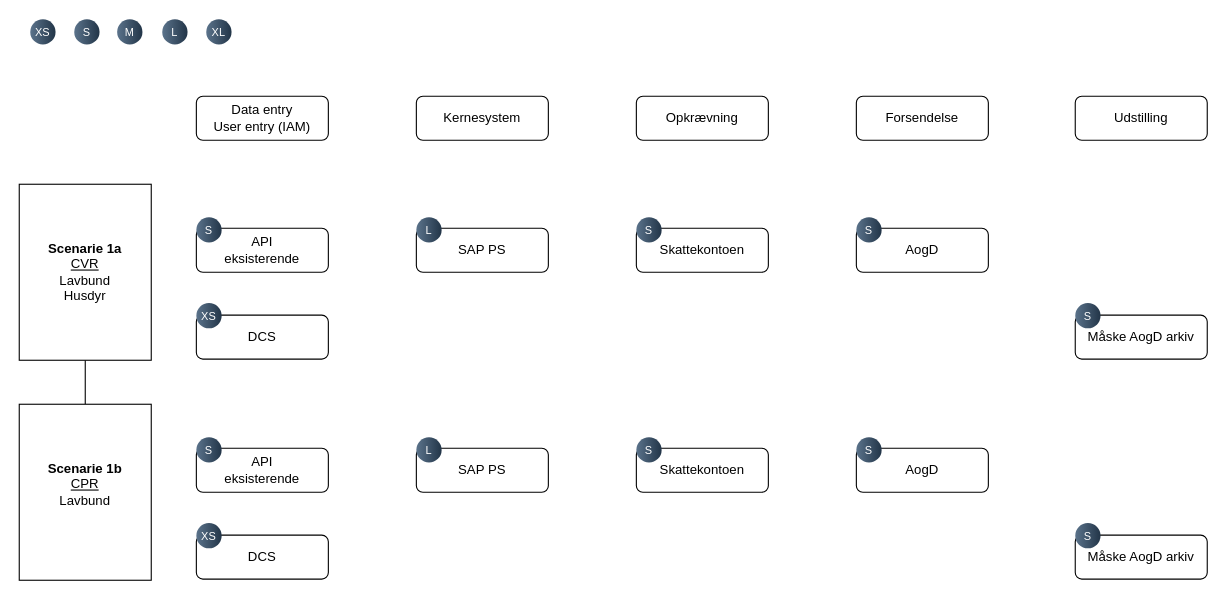
Before: page "Page-1" (1 of 2) of Flow UFST.drawio in Zaladk/drawio, a draw.io diagram. Source tidied: cells renumbered, new cells numbered last; positions are measured from the earlier drawing's top-left corner, leaving out a move shared by most shapes. Both pictures are drawn from the tidied source at 110%, with x=0, y=0 at pixel (19, 19).
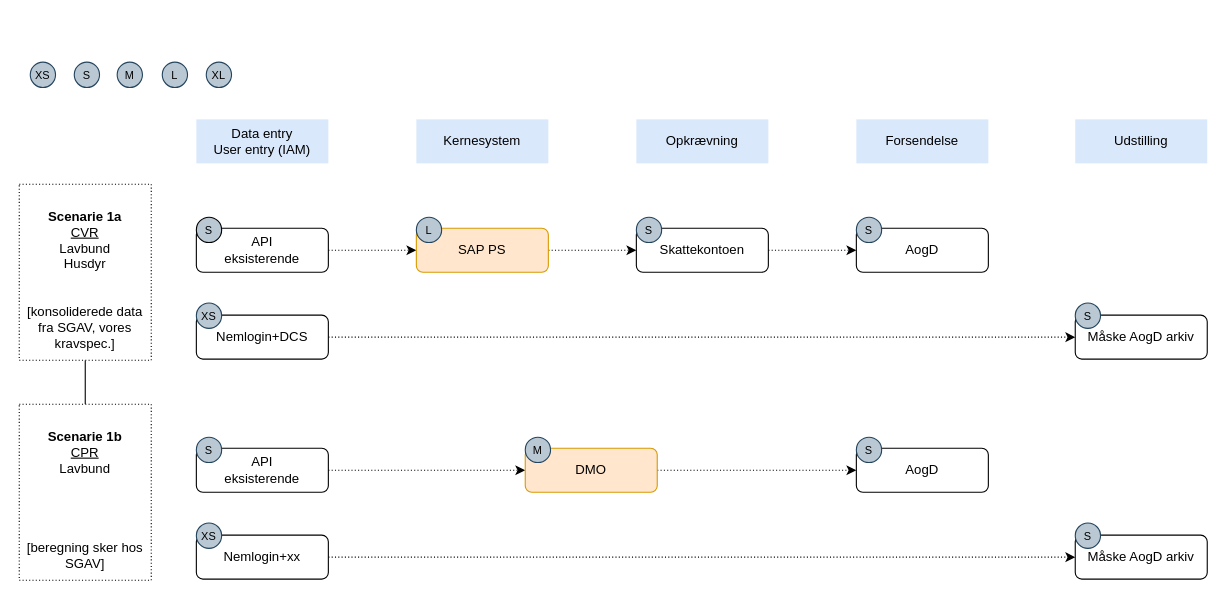
After the change.

The change refers to these unchanged cells:
```xml
<mxCell id="8" value="API&lt;div&gt;eksisterende&lt;/div&gt;" style="rounded=1;whiteSpace=wrap;html=1;" parent="1" vertex="1">
  <mxGeometry x="161" y="190" width="120" height="40" as="geometry" />
</mxCell>
<mxCell id="11" value="Skattekontoen" style="rounded=1;whiteSpace=wrap;html=1;" parent="1" vertex="1">
  <mxGeometry x="561" y="190" width="120" height="40" as="geometry" />
</mxCell>
<mxCell id="12" value="AogD" style="rounded=1;whiteSpace=wrap;html=1;" parent="1" vertex="1">
  <mxGeometry x="761" y="190" width="120" height="40" as="geometry" />
</mxCell>
<mxCell id="14" value="Måske AogD arkiv" style="rounded=1;whiteSpace=wrap;html=1;" parent="1" vertex="1">
  <mxGeometry x="960" y="269" width="120" height="40" as="geometry" />
</mxCell>
<mxCell id="27" value="API&lt;div&gt;eksisterende&lt;/div&gt;" style="rounded=1;whiteSpace=wrap;html=1;" parent="1" vertex="1">
  <mxGeometry x="161" y="390" width="120" height="40" as="geometry" />
</mxCell>
<mxCell id="30" value="AogD" style="rounded=1;whiteSpace=wrap;html=1;" parent="1" vertex="1">
  <mxGeometry x="761" y="390" width="120" height="40" as="geometry" />
</mxCell>
<mxCell id="32" value="Måske AogD arkiv" style="rounded=1;whiteSpace=wrap;html=1;" parent="1" vertex="1">
  <mxGeometry x="960" y="469" width="120" height="40" as="geometry" />
</mxCell>
```

The edit, as a diff of the source:
```diff
@@
-    <mxCell id="2" value="Data entry&lt;div&gt;User entry (IAM)&lt;/div&gt;" style="rounded=1;whiteSpace=wrap;html=1;" parent="1" vertex="1">
-      <mxGeometry x="161" y="70" width="120" height="40" as="geometry" />
+    <mxCell id="2" value="Data entry&lt;div&gt;User entry (IAM)&lt;/div&gt;" style="rounded=0;whiteSpace=wrap;html=1;fillColor=#dae8fc;strokeColor=none;shadow=0;glass=0;" parent="1" vertex="1">
+      <mxGeometry x="161" y="91" width="120" height="40" as="geometry" />
     </mxCell>
-    <mxCell id="3" value="Kernesystem" style="rounded=1;whiteSpace=wrap;html=1;" parent="1" vertex="1">
-      <mxGeometry x="361" y="70" width="120" height="40" as="geometry" />
+    <mxCell id="3" value="Kernesystem" style="rounded=0;whiteSpace=wrap;html=1;fillColor=#dae8fc;strokeColor=none;shadow=0;glass=0;" parent="1" vertex="1">
+      <mxGeometry x="361" y="91" width="120" height="40" as="geometry" />
     </mxCell>
-    <mxCell id="4" value="Opkrævning" style="rounded=1;whiteSpace=wrap;html=1;" parent="1" vertex="1">
-      <mxGeometry x="561" y="70" width="120" height="40" as="geometry" />
+    <mxCell id="4" value="Opkrævning" style="rounded=0;whiteSpace=wrap;html=1;fillColor=#dae8fc;strokeColor=none;shadow=0;glass=0;" parent="1" vertex="1">
+      <mxGeometry x="561" y="91" width="120" height="40" as="geometry" />
     </mxCell>
-    <mxCell id="5" value="Forsendelse" style="rounded=1;whiteSpace=wrap;html=1;" parent="1" vertex="1">
-      <mxGeometry x="761" y="70" width="120" height="40" as="geometry" />
+    <mxCell id="5" value="Forsendelse" style="rounded=0;whiteSpace=wrap;html=1;fillColor=#dae8fc;strokeColor=none;shadow=0;glass=0;" parent="1" vertex="1">
+      <mxGeometry x="761" y="91" width="120" height="40" as="geometry" />
     </mxCell>
@@
-    <mxCell id="7" value="&lt;b&gt;Scenarie 1a&lt;/b&gt;&lt;div&gt;&lt;u&gt;CVR&lt;/u&gt;&lt;/div&gt;&lt;div&gt;Lavbund&lt;/div&gt;&lt;div&gt;Husdyr&lt;/div&gt;" style="rounded=0;whiteSpace=wrap;html=1;" parent="1" vertex="1">
+    <mxCell id="7" value="&lt;div&gt;&lt;b&gt;&lt;br&gt;&lt;/b&gt;&lt;/div&gt;&lt;b&gt;Scenarie 1a&lt;/b&gt;&lt;div&gt;&lt;u&gt;CVR&lt;/u&gt;&lt;/div&gt;&lt;div&gt;Lavbund&lt;/div&gt;&lt;div&gt;Husdyr&lt;/div&gt;&lt;div&gt;&lt;br&gt;&lt;/div&gt;&lt;div&gt;&lt;br&gt;&lt;/div&gt;&lt;div&gt;[konsoliderede data fra SGAV, vores kravspec.]&lt;/div&gt;" style="rounded=0;whiteSpace=wrap;html=1;dashed=1;dashPattern=1 2;" parent="1" vertex="1">
       <mxGeometry y="150" width="120" height="160" as="geometry" />
     </mxCell>
+    <mxCell id="39" style="edgeStyle=orthogonalEdgeStyle;rounded=0;jettySize=auto;html=1;entryX=0;entryY=0.5;entryDx=0;entryDy=0;strokeWidth=1;strokeColor=#000000;dashed=1;dashPattern=1 2;" parent="1" edge="1" source="8" target="9">
+      <mxGeometry relative="1" as="geometry" />
+    </mxCell>
@@
+    <mxCell id="40" style="edgeStyle=orthogonalEdgeStyle;rounded=0;jettySize=auto;html=1;entryX=0;entryY=0.5;entryDx=0;entryDy=0;strokeWidth=1;strokeColor=#000000;dashed=1;dashPattern=1 2;" parent="1" edge="1" source="9" target="11">
+      <mxGeometry relative="1" as="geometry" />
+    </mxCell>
-    <mxCell id="9" value="SAP PS" style="rounded=1;whiteSpace=wrap;html=1;" parent="1" vertex="1">
+    <mxCell id="9" value="SAP PS" style="rounded=1;whiteSpace=wrap;html=1;fillColor=#ffe6cc;strokeColor=#d79b00;" parent="1" vertex="1">
       <mxGeometry x="361" y="190" width="120" height="40" as="geometry" />
     </mxCell>
-    <mxCell id="10" value="Udstilling" style="rounded=1;whiteSpace=wrap;html=1;" parent="1" vertex="1">
-      <mxGeometry x="960" y="70" width="120" height="40" as="geometry" />
+    <mxCell id="10" value="Udstilling" style="rounded=0;whiteSpace=wrap;html=1;fillColor=#dae8fc;strokeColor=none;shadow=0;glass=0;" parent="1" vertex="1">
+      <mxGeometry x="960" y="91" width="120" height="40" as="geometry" />
     </mxCell>
+    <mxCell id="41" style="edgeStyle=orthogonalEdgeStyle;rounded=0;jettySize=auto;html=1;entryX=0;entryY=0.5;entryDx=0;entryDy=0;strokeWidth=1;strokeColor=#000000;dashed=1;dashPattern=1 2;" parent="1" edge="1" source="11" target="12">
+      <mxGeometry relative="1" as="geometry" />
+    </mxCell>
@@
+    <mxCell id="42" style="edgeStyle=orthogonalEdgeStyle;rounded=0;jettySize=auto;html=1;entryX=0;entryY=0.5;entryDx=0;entryDy=0;strokeWidth=1;strokeColor=#000000;dashed=1;dashPattern=1 2;" parent="1" edge="1" source="13" target="14">
+      <mxGeometry relative="1" as="geometry" />
+    </mxCell>
-    <mxCell id="13" value="DCS" style="rounded=1;whiteSpace=wrap;html=1;" parent="1" vertex="1">
+    <mxCell id="13" value="Nemlogin+DCS" style="rounded=1;whiteSpace=wrap;html=1;" parent="1" vertex="1">
       <mxGeometry x="161" y="269" width="120" height="40" as="geometry" />
     </mxCell>
@@
-    <mxCell id="15" value="XS" style="ellipse;whiteSpace=wrap;html=1;rotation=0;gradientColor=#223548;strokeColor=none;gradientDirection=east;fillColor=#5b738b;rounded=0;fontFamily=Helvetica;fontSize=10;fontColor=#FFFFFF;spacingTop=4;spacingBottom=4;spacingLeft=4;spacingRight=4;fontStyle=0;" parent="1" vertex="1">
-      <mxGeometry x="10" width="23" height="23" as="geometry" />
+    <mxCell id="15" value="XS" style="ellipse;whiteSpace=wrap;html=1;rotation=0;strokeColor=#23445d;gradientDirection=east;fillColor=#bac8d3;rounded=0;fontFamily=Helvetica;fontSize=10;spacingTop=4;spacingBottom=4;spacingLeft=4;spacingRight=4;fontStyle=0;" parent="1" vertex="1">
+      <mxGeometry x="10" y="39" width="23" height="23" as="geometry" />
     </mxCell>
-    <mxCell id="16" value="S" style="ellipse;whiteSpace=wrap;html=1;rotation=0;gradientColor=#223548;strokeColor=none;gradientDirection=east;fillColor=#5b738b;rounded=0;fontFamily=Helvetica;fontSize=10;fontColor=#FFFFFF;spacingTop=4;spacingBottom=4;spacingLeft=4;spacingRight=4;fontStyle=0;" parent="1" vertex="1">
-      <mxGeometry x="50" width="23" height="23" as="geometry" />
+    <mxCell id="16" value="S" style="ellipse;whiteSpace=wrap;html=1;rotation=0;strokeColor=#23445d;gradientDirection=east;fillColor=#bac8d3;rounded=0;fontFamily=Helvetica;fontSize=10;spacingTop=4;spacingBottom=4;spacingLeft=4;spacingRight=4;fontStyle=0;" parent="1" vertex="1">
+      <mxGeometry x="50" y="39" width="23" height="23" as="geometry" />
     </mxCell>
-    <mxCell id="17" value="M" style="ellipse;whiteSpace=wrap;html=1;rotation=0;gradientColor=#223548;strokeColor=none;gradientDirection=east;fillColor=#5b738b;rounded=0;fontFamily=Helvetica;fontSize=10;fontColor=#FFFFFF;spacingTop=4;spacingBottom=4;spacingLeft=4;spacingRight=4;fontStyle=0;" parent="1" vertex="1">
-      <mxGeometry x="89" width="23" height="23" as="geometry" />
+    <mxCell id="17" value="M" style="ellipse;whiteSpace=wrap;html=1;rotation=0;strokeColor=#23445d;gradientDirection=east;fillColor=#bac8d3;rounded=0;fontFamily=Helvetica;fontSize=10;spacingTop=4;spacingBottom=4;spacingLeft=4;spacingRight=4;fontStyle=0;" parent="1" vertex="1">
+      <mxGeometry x="89" y="39" width="23" height="23" as="geometry" />
     </mxCell>
-    <mxCell id="18" value="L" style="ellipse;whiteSpace=wrap;html=1;rotation=0;gradientColor=#223548;strokeColor=none;gradientDirection=east;fillColor=#5b738b;rounded=0;fontFamily=Helvetica;fontSize=10;fontColor=#FFFFFF;spacingTop=4;spacingBottom=4;spacingLeft=4;spacingRight=4;fontStyle=0;" parent="1" vertex="1">
-      <mxGeometry x="130" width="23" height="23" as="geometry" />
+    <mxCell id="18" value="L" style="ellipse;whiteSpace=wrap;html=1;rotation=0;strokeColor=#23445d;gradientDirection=east;fillColor=#bac8d3;rounded=0;fontFamily=Helvetica;fontSize=10;spacingTop=4;spacingBottom=4;spacingLeft=4;spacingRight=4;fontStyle=0;" parent="1" vertex="1">
+      <mxGeometry x="130" y="39" width="23" height="23" as="geometry" />
     </mxCell>
-    <mxCell id="19" value="XL" style="ellipse;whiteSpace=wrap;html=1;rotation=0;gradientColor=#223548;strokeColor=none;gradientDirection=east;fillColor=#5b738b;rounded=0;fontFamily=Helvetica;fontSize=10;fontColor=#FFFFFF;spacingTop=4;spacingBottom=4;spacingLeft=4;spacingRight=4;fontStyle=0;" parent="1" vertex="1">
-      <mxGeometry x="170" width="23" height="23" as="geometry" />
+    <mxCell id="19" value="XL" style="ellipse;whiteSpace=wrap;html=1;rotation=0;strokeColor=#23445d;gradientDirection=east;fillColor=#bac8d3;rounded=0;fontFamily=Helvetica;fontSize=10;spacingTop=4;spacingBottom=4;spacingLeft=4;spacingRight=4;fontStyle=0;" parent="1" vertex="1">
+      <mxGeometry x="170" y="39" width="23" height="23" as="geometry" />
     </mxCell>
-    <mxCell id="20" value="XS" style="ellipse;whiteSpace=wrap;html=1;rotation=0;gradientColor=#223548;strokeColor=none;gradientDirection=east;fillColor=#5b738b;rounded=0;fontFamily=Helvetica;fontSize=10;fontColor=#FFFFFF;spacingTop=4;spacingBottom=4;spacingLeft=4;spacingRight=4;fontStyle=0;" parent="1" vertex="1">
+    <mxCell id="20" value="XS" style="ellipse;whiteSpace=wrap;html=1;rotation=0;strokeColor=#23445d;gradientDirection=east;fillColor=#bac8d3;rounded=0;fontFamily=Helvetica;fontSize=10;spacingTop=4;spacingBottom=4;spacingLeft=4;spacingRight=4;fontStyle=0;" parent="1" vertex="1">
       <mxGeometry x="161" y="258" width="23" height="23" as="geometry" />
     </mxCell>
-    <mxCell id="21" value="S" style="ellipse;whiteSpace=wrap;html=1;rotation=0;gradientColor=#223548;strokeColor=none;gradientDirection=east;fillColor=#5b738b;rounded=0;fontFamily=Helvetica;fontSize=10;fontColor=#FFFFFF;spacingTop=4;spacingBottom=4;spacingLeft=4;spacingRight=4;fontStyle=0;" parent="1" vertex="1">
+    <mxCell id="21" value="S" style="ellipse;whiteSpace=wrap;html=1;rotation=0;strokeColor=#000000;gradientDirection=east;fillColor=#bac8d3;rounded=0;fontFamily=Helvetica;fontSize=10;spacingTop=4;spacingBottom=4;spacingLeft=4;spacingRight=4;fontStyle=0;" parent="1" vertex="1">
       <mxGeometry x="161" y="180" width="23" height="23" as="geometry" />
     </mxCell>
-    <mxCell id="22" value="L" style="ellipse;whiteSpace=wrap;html=1;rotation=0;gradientColor=#223548;strokeColor=none;gradientDirection=east;fillColor=#5b738b;rounded=0;fontFamily=Helvetica;fontSize=10;fontColor=#FFFFFF;spacingTop=4;spacingBottom=4;spacingLeft=4;spacingRight=4;fontStyle=0;" parent="1" vertex="1">
+    <mxCell id="22" value="L" style="ellipse;whiteSpace=wrap;html=1;rotation=0;strokeColor=#23445d;gradientDirection=east;fillColor=#bac8d3;rounded=0;fontFamily=Helvetica;fontSize=10;spacingTop=4;spacingBottom=4;spacingLeft=4;spacingRight=4;fontStyle=0;" parent="1" vertex="1">
       <mxGeometry x="361" y="180" width="23" height="23" as="geometry" />
     </mxCell>
-    <mxCell id="23" value="S" style="ellipse;whiteSpace=wrap;html=1;rotation=0;gradientColor=#223548;strokeColor=none;gradientDirection=east;fillColor=#5b738b;rounded=0;fontFamily=Helvetica;fontSize=10;fontColor=#FFFFFF;spacingTop=4;spacingBottom=4;spacingLeft=4;spacingRight=4;fontStyle=0;" parent="1" vertex="1">
+    <mxCell id="23" value="S" style="ellipse;whiteSpace=wrap;html=1;rotation=0;strokeColor=#23445d;gradientDirection=east;fillColor=#bac8d3;rounded=0;fontFamily=Helvetica;fontSize=10;spacingTop=4;spacingBottom=4;spacingLeft=4;spacingRight=4;fontStyle=0;" parent="1" vertex="1">
       <mxGeometry x="761" y="180" width="23" height="23" as="geometry" />
     </mxCell>
-    <mxCell id="24" value="S" style="ellipse;whiteSpace=wrap;html=1;rotation=0;gradientColor=#223548;strokeColor=none;gradientDirection=east;fillColor=#5b738b;rounded=0;fontFamily=Helvetica;fontSize=10;fontColor=#FFFFFF;spacingTop=4;spacingBottom=4;spacingLeft=4;spacingRight=4;fontStyle=0;" parent="1" vertex="1">
+    <mxCell id="24" value="S" style="ellipse;whiteSpace=wrap;html=1;rotation=0;strokeColor=#23445d;gradientDirection=east;fillColor=#bac8d3;rounded=0;fontFamily=Helvetica;fontSize=10;spacingTop=4;spacingBottom=4;spacingLeft=4;spacingRight=4;fontStyle=0;" parent="1" vertex="1">
       <mxGeometry x="561" y="180" width="23" height="23" as="geometry" />
     </mxCell>
-    <mxCell id="25" value="S" style="ellipse;whiteSpace=wrap;html=1;rotation=0;gradientColor=#223548;strokeColor=none;gradientDirection=east;fillColor=#5b738b;rounded=0;fontFamily=Helvetica;fontSize=10;fontColor=#FFFFFF;spacingTop=4;spacingBottom=4;spacingLeft=4;spacingRight=4;fontStyle=0;" parent="1" vertex="1">
+    <mxCell id="25" value="S" style="ellipse;whiteSpace=wrap;html=1;rotation=0;strokeColor=#23445d;gradientDirection=east;fillColor=#bac8d3;rounded=0;fontFamily=Helvetica;fontSize=10;spacingTop=4;spacingBottom=4;spacingLeft=4;spacingRight=4;fontStyle=0;" parent="1" vertex="1">
       <mxGeometry x="960" y="258" width="23" height="23" as="geometry" />
     </mxCell>
-    <mxCell id="26" value="&lt;b&gt;Scenarie 1b&lt;/b&gt;&lt;div&gt;&lt;u&gt;CPR&lt;/u&gt;&lt;/div&gt;&lt;div&gt;Lavbund&lt;/div&gt;&lt;div&gt;&lt;br&gt;&lt;/div&gt;" style="rounded=0;whiteSpace=wrap;html=1;" parent="1" vertex="1">
+    <mxCell id="26" value="&lt;div&gt;&lt;b&gt;&lt;br&gt;&lt;/b&gt;&lt;/div&gt;&lt;b&gt;&lt;div&gt;&lt;br&gt;&lt;/div&gt;Scenarie 1b&lt;/b&gt;&lt;div&gt;&lt;u&gt;CPR&lt;/u&gt;&lt;/div&gt;&lt;div&gt;Lavbund&lt;/div&gt;&lt;div&gt;&lt;br&gt;&lt;/div&gt;&lt;div&gt;&lt;br&gt;&lt;/div&gt;&lt;div&gt;&lt;br&gt;&lt;/div&gt;&lt;div&gt;&lt;br&gt;&lt;/div&gt;&lt;div&gt;[beregning sker hos SGAV]&lt;/div&gt;&lt;div&gt;&lt;br&gt;&lt;/div&gt;" style="rounded=0;whiteSpace=wrap;html=1;dashed=1;dashPattern=1 2;" parent="1" vertex="1">
       <mxGeometry y="350" width="120" height="160" as="geometry" />
     </mxCell>
+    <mxCell id="43" style="edgeStyle=orthogonalEdgeStyle;rounded=0;jettySize=auto;html=1;strokeWidth=1;strokeColor=#000000;dashed=1;dashPattern=1 2;" parent="1" edge="1" source="27" target="29">
+      <mxGeometry relative="1" as="geometry" />
+    </mxCell>
@@
-    <mxCell id="28" value="SAP PS" style="rounded=1;whiteSpace=wrap;html=1;" parent="1" vertex="1">
-      <mxGeometry x="361" y="390" width="120" height="40" as="geometry" />
-    </mxCell>
+    <mxCell id="44" style="edgeStyle=orthogonalEdgeStyle;rounded=0;jettySize=auto;html=1;entryX=0;entryY=0.5;entryDx=0;entryDy=0;strokeWidth=1;strokeColor=#000000;dashed=1;dashPattern=1 2;" parent="1" edge="1" source="29" target="30">
+      <mxGeometry relative="1" as="geometry" />
+    </mxCell>
-    <mxCell id="29" value="Skattekontoen" style="rounded=1;whiteSpace=wrap;html=1;" parent="1" vertex="1">
-      <mxGeometry x="561" y="390" width="120" height="40" as="geometry" />
+    <mxCell id="29" value="DMO" style="rounded=1;whiteSpace=wrap;html=1;fillColor=#ffe6cc;strokeColor=#d79b00;" parent="1" vertex="1">
+      <mxGeometry x="460" y="390" width="120" height="40" as="geometry" />
     </mxCell>
@@
+    <mxCell id="45" style="edgeStyle=orthogonalEdgeStyle;rounded=0;jettySize=auto;html=1;entryX=0;entryY=0.5;entryDx=0;entryDy=0;strokeWidth=1;strokeColor=#000000;dashed=1;dashPattern=1 2;" parent="1" edge="1" source="31" target="32">
+      <mxGeometry relative="1" as="geometry" />
+    </mxCell>
-    <mxCell id="31" value="DCS" style="rounded=1;whiteSpace=wrap;html=1;" parent="1" vertex="1">
+    <mxCell id="31" value="Nemlogin+xx" style="rounded=1;whiteSpace=wrap;html=1;" parent="1" vertex="1">
       <mxGeometry x="161" y="469" width="120" height="40" as="geometry" />
     </mxCell>
@@
-    <mxCell id="33" value="XS" style="ellipse;whiteSpace=wrap;html=1;rotation=0;gradientColor=#223548;strokeColor=none;gradientDirection=east;fillColor=#5b738b;rounded=0;fontFamily=Helvetica;fontSize=10;fontColor=#FFFFFF;spacingTop=4;spacingBottom=4;spacingLeft=4;spacingRight=4;fontStyle=0;" parent="1" vertex="1">
+    <mxCell id="33" value="XS" style="ellipse;whiteSpace=wrap;html=1;rotation=0;strokeColor=#23445d;gradientDirection=east;fillColor=#bac8d3;rounded=0;fontFamily=Helvetica;fontSize=10;spacingTop=4;spacingBottom=4;spacingLeft=4;spacingRight=4;fontStyle=0;" parent="1" vertex="1">
       <mxGeometry x="161" y="458" width="23" height="23" as="geometry" />
     </mxCell>
-    <mxCell id="34" value="S" style="ellipse;whiteSpace=wrap;html=1;rotation=0;gradientColor=#223548;strokeColor=none;gradientDirection=east;fillColor=#5b738b;rounded=0;fontFamily=Helvetica;fontSize=10;fontColor=#FFFFFF;spacingTop=4;spacingBottom=4;spacingLeft=4;spacingRight=4;fontStyle=0;" parent="1" vertex="1">
+    <mxCell id="34" value="S" style="ellipse;whiteSpace=wrap;html=1;rotation=0;strokeColor=#23445d;gradientDirection=east;fillColor=#bac8d3;rounded=0;fontFamily=Helvetica;fontSize=10;spacingTop=4;spacingBottom=4;spacingLeft=4;spacingRight=4;fontStyle=0;" parent="1" vertex="1">
       <mxGeometry x="161" y="380" width="23" height="23" as="geometry" />
     </mxCell>
-    <mxCell id="35" value="L" style="ellipse;whiteSpace=wrap;html=1;rotation=0;gradientColor=#223548;strokeColor=none;gradientDirection=east;fillColor=#5b738b;rounded=0;fontFamily=Helvetica;fontSize=10;fontColor=#FFFFFF;spacingTop=4;spacingBottom=4;spacingLeft=4;spacingRight=4;fontStyle=0;" parent="1" vertex="1">
-      <mxGeometry x="361" y="380" width="23" height="23" as="geometry" />
-    </mxCell>
-    <mxCell id="36" value="S" style="ellipse;whiteSpace=wrap;html=1;rotation=0;gradientColor=#223548;strokeColor=none;gradientDirection=east;fillColor=#5b738b;rounded=0;fontFamily=Helvetica;fontSize=10;fontColor=#FFFFFF;spacingTop=4;spacingBottom=4;spacingLeft=4;spacingRight=4;fontStyle=0;" parent="1" vertex="1">
+    <mxCell id="36" value="S" style="ellipse;whiteSpace=wrap;html=1;rotation=0;strokeColor=#23445d;gradientDirection=east;fillColor=#bac8d3;rounded=0;fontFamily=Helvetica;fontSize=10;spacingTop=4;spacingBottom=4;spacingLeft=4;spacingRight=4;fontStyle=0;" parent="1" vertex="1">
       <mxGeometry x="761" y="380" width="23" height="23" as="geometry" />
     </mxCell>
-    <mxCell id="37" value="S" style="ellipse;whiteSpace=wrap;html=1;rotation=0;gradientColor=#223548;strokeColor=none;gradientDirection=east;fillColor=#5b738b;rounded=0;fontFamily=Helvetica;fontSize=10;fontColor=#FFFFFF;spacingTop=4;spacingBottom=4;spacingLeft=4;spacingRight=4;fontStyle=0;" parent="1" vertex="1">
-      <mxGeometry x="561" y="380" width="23" height="23" as="geometry" />
+    <mxCell id="37" value="M" style="ellipse;whiteSpace=wrap;html=1;rotation=0;strokeColor=#23445d;gradientDirection=east;fillColor=#bac8d3;rounded=0;fontFamily=Helvetica;fontSize=10;spacingTop=4;spacingBottom=4;spacingLeft=4;spacingRight=4;fontStyle=0;" parent="1" vertex="1">
+      <mxGeometry x="460" y="380" width="23" height="23" as="geometry" />
     </mxCell>
-    <mxCell id="38" value="S" style="ellipse;whiteSpace=wrap;html=1;rotation=0;gradientColor=#223548;strokeColor=none;gradientDirection=east;fillColor=#5b738b;rounded=0;fontFamily=Helvetica;fontSize=10;fontColor=#FFFFFF;spacingTop=4;spacingBottom=4;spacingLeft=4;spacingRight=4;fontStyle=0;" parent="1" vertex="1">
+    <mxCell id="38" value="S" style="ellipse;whiteSpace=wrap;html=1;rotation=0;strokeColor=#23445d;gradientDirection=east;fillColor=#bac8d3;rounded=0;fontFamily=Helvetica;fontSize=10;spacingTop=4;spacingBottom=4;spacingLeft=4;spacingRight=4;fontStyle=0;" parent="1" vertex="1">
       <mxGeometry x="960" y="458" width="23" height="23" as="geometry" />
     </mxCell>
```
